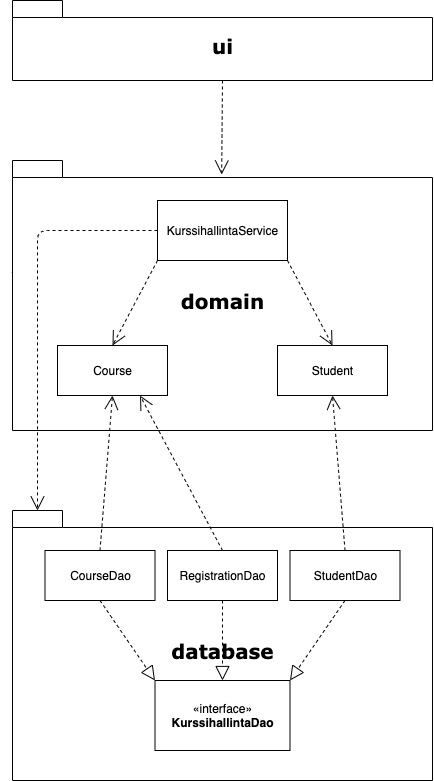
Before: dokumentointi/kuvat/pakkauskaavio.png, a diagram exported from draw.io (okkokuisma/ot-harjoitustyo). Source tidied: cells renumbered, new cells last; positions are measured from the earlier drawing's top-left corner, leaving out a move shared by most shapes. Its diagram source:
```xml
<mxGraphModel background="#ffffff">
  <root>
    <mxCell id="0" />
    <mxCell id="1" parent="0" />
    <mxCell id="2" style="edgeStyle=none;rounded=0;html=1;dashed=1;labelBackgroundColor=none;startFill=0;endArrow=open;endFill=0;endSize=10;fontFamily=Verdana;fontSize=10;entryX=-0.003;entryY=0.411;entryPerimeter=0;" parent="1" edge="1" target="5">
      <mxGeometry relative="1" as="geometry">
        <mxPoint x="189.2" y="394.5" as="sourcePoint" />
      </mxGeometry>
    </mxCell>
    <mxCell id="3" value="&lt;font style=&quot;font-size: 20px&quot;&gt;database&lt;/font&gt;" style="shape=folder;fontStyle=1;spacingTop=10;tabWidth=50;tabHeight=17;tabPosition=left;html=1;rounded=0;shadow=0;comic=0;labelBackgroundColor=none;strokeColor=#000000;strokeWidth=1;fillColor=#ffffff;fontFamily=Verdana;fontSize=10;fontColor=#000000;align=center;" parent="1" vertex="1">
      <mxGeometry y="510" width="420" height="270" as="geometry" />
    </mxCell>
    <mxCell id="4" value="&lt;font style=&quot;font-size: 20px&quot;&gt;ui&lt;/font&gt;" style="shape=folder;fontStyle=1;spacingTop=10;tabWidth=50;tabHeight=17;tabPosition=left;html=1;rounded=0;shadow=0;comic=0;labelBackgroundColor=none;strokeColor=#000000;strokeWidth=1;fillColor=#ffffff;fontFamily=Verdana;fontSize=10;fontColor=#000000;align=center;" parent="1" vertex="1">
      <mxGeometry width="420" height="80" as="geometry" />
    </mxCell>
    <mxCell id="5" value="&lt;font style=&quot;font-size: 20px&quot;&gt;domain&lt;/font&gt;" style="shape=folder;fontStyle=1;spacingTop=10;tabWidth=50;tabHeight=17;tabPosition=left;html=1;rounded=0;shadow=0;comic=0;labelBackgroundColor=none;strokeColor=#000000;strokeWidth=1;fillColor=#ffffff;fontFamily=Verdana;fontSize=10;fontColor=#000000;align=center;" parent="1" vertex="1">
      <mxGeometry y="160" width="420" height="270" as="geometry" />
    </mxCell>
    <mxCell id="6" value="Course" style="html=1;" parent="1" vertex="1">
      <mxGeometry x="45" y="345" width="110" height="50" as="geometry" />
    </mxCell>
    <mxCell id="7" value="Student" style="html=1;" parent="1" vertex="1">
      <mxGeometry x="265" y="345" width="110" height="50" as="geometry" />
    </mxCell>
    <mxCell id="8" value="KurssihallintaService" style="html=1;" parent="1" vertex="1">
      <mxGeometry x="145" y="200" width="130" height="60" as="geometry" />
    </mxCell>
    <mxCell id="9" style="endArrow=open;endSize=12;dashed=1;html=1;entryX=0.5;entryY=0;entryDx=0;entryDy=0;exitX=1;exitY=1;exitDx=0;exitDy=0;" parent="1" edge="1" source="8" target="7">
      <mxGeometry relative="1" as="geometry" />
    </mxCell>
    <mxCell id="10" style="endArrow=open;endSize=12;dashed=1;html=1;entryX=0.5;entryY=0;entryDx=0;entryDy=0;exitX=0;exitY=1;exitDx=0;exitDy=0;" parent="1" edge="1" source="8" target="6">
      <mxGeometry relative="1" as="geometry" />
    </mxCell>
    <mxCell id="11" value="«interface»&lt;br&gt;&lt;b&gt;KurssihallintaDao&lt;/b&gt;" style="html=1;" parent="1" vertex="1">
      <mxGeometry x="142.5" y="680" width="135" height="70" as="geometry" />
    </mxCell>
    <mxCell id="12" value="CourseDao" style="html=1;" parent="1" vertex="1">
      <mxGeometry x="32.5" y="550" width="110" height="50" as="geometry" />
    </mxCell>
    <mxCell id="13" value="StudentDao" style="html=1;" parent="1" vertex="1">
      <mxGeometry x="277.5" y="550" width="110" height="50" as="geometry" />
    </mxCell>
    <mxCell id="14" value="RegistrationDao" style="html=1;" parent="1" vertex="1">
      <mxGeometry x="155" y="550" width="110" height="50" as="geometry" />
    </mxCell>
    <mxCell id="15" style="endArrow=block;dashed=1;endFill=0;endSize=12;html=1;exitX=0.5;exitY=1;exitDx=0;exitDy=0;entryX=0;entryY=0;entryDx=0;entryDy=0;" parent="1" edge="1" source="12" target="11">
      <mxGeometry relative="1" as="geometry" />
    </mxCell>
    <mxCell id="16" style="endArrow=block;dashed=1;endFill=0;endSize=12;html=1;entryX=1;entryY=0;entryDx=0;entryDy=0;exitX=0.5;exitY=1;exitDx=0;exitDy=0;" parent="1" edge="1" source="13" target="11">
      <mxGeometry relative="1" as="geometry" />
    </mxCell>
    <mxCell id="17" style="endArrow=open;endSize=12;dashed=1;html=1;exitX=0;exitY=0.5;exitDx=0;exitDy=0;entryX=0;entryY=0;entryDx=25;entryDy=0;entryPerimeter=0;" parent="1" edge="1" source="8" target="3">
      <mxGeometry relative="1" as="geometry">
        <Array as="points">
          <mxPoint x="25" y="230" />
        </Array>
      </mxGeometry>
    </mxCell>
    <mxCell id="18" style="endArrow=open;endSize=12;dashed=1;html=1;exitX=0.5;exitY=1;exitDx=0;exitDy=0;exitPerimeter=0;entryX=0.498;entryY=0.052;entryDx=0;entryDy=0;entryPerimeter=0;" parent="1" edge="1" source="4" target="5">
      <mxGeometry relative="1" as="geometry" />
    </mxCell>
    <mxCell id="19" style="endArrow=block;dashed=1;endFill=0;endSize=12;html=1;exitX=0.5;exitY=1;exitDx=0;exitDy=0;entryX=0.5;entryY=0;entryDx=0;entryDy=0;" parent="1" edge="1" source="14">
      <mxGeometry relative="1" as="geometry">
        <mxPoint x="210" y="680" as="targetPoint" />
      </mxGeometry>
    </mxCell>
    <mxCell id="20" style="endArrow=open;endSize=12;dashed=1;html=1;exitX=0.5;exitY=0;exitDx=0;exitDy=0;entryX=0.5;entryY=1;entryDx=0;entryDy=0;" parent="1" edge="1" source="12" target="6">
      <mxGeometry relative="1" as="geometry" />
    </mxCell>
    <mxCell id="21" style="endArrow=open;endSize=12;dashed=1;html=1;entryX=0.5;entryY=1;entryDx=0;entryDy=0;exitX=0.5;exitY=0;exitDx=0;exitDy=0;" parent="1" edge="1" source="13" target="7">
      <mxGeometry relative="1" as="geometry" />
    </mxCell>
    <mxCell id="22" style="endArrow=open;endSize=12;dashed=1;html=1;entryX=0.75;entryY=1;entryDx=0;entryDy=0;exitX=0.5;exitY=0;exitDx=0;exitDy=0;" parent="1" edge="1" source="14" target="6">
      <mxGeometry relative="1" as="geometry" />
    </mxCell>
  </root>
</mxGraphModel>
```
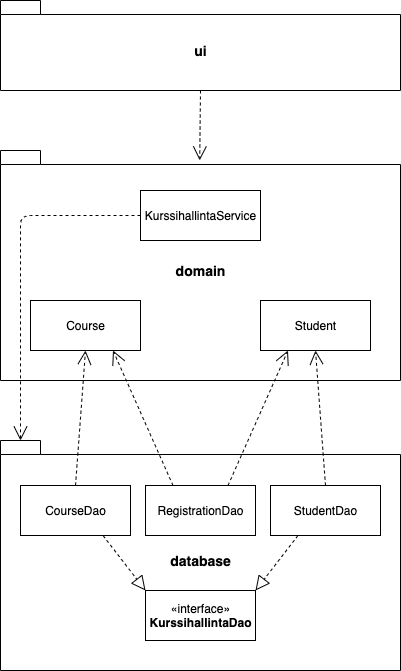
After the commit.

What changed in the source:
```diff
@@ -1,77 +1,64 @@
-<mxGraphModel background="#ffffff">
+<mxGraphModel>
   <root>
     <mxCell id="0" />
     <mxCell id="1" parent="0" />
-    <mxCell id="2" style="edgeStyle=none;rounded=0;html=1;dashed=1;labelBackgroundColor=none;startFill=0;endArrow=open;endFill=0;endSize=10;fontFamily=Verdana;fontSize=10;entryX=-0.003;entryY=0.411;entryPerimeter=0;" parent="1" edge="1" target="5">
-      <mxGeometry relative="1" as="geometry">
-        <mxPoint x="189.2" y="394.5" as="sourcePoint" />
-      </mxGeometry>
-    </mxCell>
-    <mxCell id="3" value="&lt;font style=&quot;font-size: 20px&quot;&gt;database&lt;/font&gt;" style="shape=folder;fontStyle=1;spacingTop=10;tabWidth=50;tabHeight=17;tabPosition=left;html=1;rounded=0;shadow=0;comic=0;labelBackgroundColor=none;strokeColor=#000000;strokeWidth=1;fillColor=#ffffff;fontFamily=Verdana;fontSize=10;fontColor=#000000;align=center;" parent="1" vertex="1">
-      <mxGeometry y="510" width="420" height="270" as="geometry" />
-    </mxCell>
-    <mxCell id="4" value="&lt;font style=&quot;font-size: 20px&quot;&gt;ui&lt;/font&gt;" style="shape=folder;fontStyle=1;spacingTop=10;tabWidth=50;tabHeight=17;tabPosition=left;html=1;rounded=0;shadow=0;comic=0;labelBackgroundColor=none;strokeColor=#000000;strokeWidth=1;fillColor=#ffffff;fontFamily=Verdana;fontSize=10;fontColor=#000000;align=center;" parent="1" vertex="1">
-      <mxGeometry width="420" height="80" as="geometry" />
+    <mxCell id="4" value="&lt;font style=&quot;font-size: 14px&quot;&gt;ui&lt;/font&gt;" style="shape=folder;fontStyle=1;spacingTop=10;tabWidth=40;tabHeight=14;tabPosition=left;html=1;" parent="1" vertex="1">
+      <mxGeometry x="-350" y="-100" width="400" height="90" as="geometry" />
     </mxCell>
-    <mxCell id="5" value="&lt;font style=&quot;font-size: 20px&quot;&gt;domain&lt;/font&gt;" style="shape=folder;fontStyle=1;spacingTop=10;tabWidth=50;tabHeight=17;tabPosition=left;html=1;rounded=0;shadow=0;comic=0;labelBackgroundColor=none;strokeColor=#000000;strokeWidth=1;fillColor=#ffffff;fontFamily=Verdana;fontSize=10;fontColor=#000000;align=center;" parent="1" vertex="1">
-      <mxGeometry y="160" width="420" height="270" as="geometry" />
+    <mxCell id="5" value="&lt;font style=&quot;font-size: 14px&quot;&gt;domain&lt;/font&gt;" style="shape=folder;fontStyle=1;spacingTop=10;tabWidth=40;tabHeight=14;tabPosition=left;html=1;" parent="1" vertex="1">
+      <mxGeometry x="-350" y="50" width="400" height="230" as="geometry" />
     </mxCell>
+    <mxCell id="3" value="&lt;font style=&quot;font-size: 14px&quot;&gt;database&lt;/font&gt;" style="shape=folder;fontStyle=1;spacingTop=10;tabWidth=40;tabHeight=14;tabPosition=left;html=1;" parent="1" vertex="1">
+      <mxGeometry x="-350" y="340" width="400" height="230" as="geometry" />
+    </mxCell>
+    <mxCell id="8" value="KurssihallintaService" style="html=1;" parent="1" vertex="1">
+      <mxGeometry x="-210" y="90" width="120" height="50" as="geometry" />
+    </mxCell>
     <mxCell id="6" value="Course" style="html=1;" parent="1" vertex="1">
-      <mxGeometry x="45" y="345" width="110" height="50" as="geometry" />
+      <mxGeometry x="-320" y="200" width="110" height="50" as="geometry" />
     </mxCell>
     <mxCell id="7" value="Student" style="html=1;" parent="1" vertex="1">
-      <mxGeometry x="265" y="345" width="110" height="50" as="geometry" />
+      <mxGeometry x="-90" y="200" width="110" height="50" as="geometry" />
     </mxCell>
-    <mxCell id="8" value="KurssihallintaService" style="html=1;" parent="1" vertex="1">
-      <mxGeometry x="145" y="200" width="130" height="60" as="geometry" />
-    </mxCell>
-    <mxCell id="9" style="endArrow=open;endSize=12;dashed=1;html=1;entryX=0.5;entryY=0;entryDx=0;entryDy=0;exitX=1;exitY=1;exitDx=0;exitDy=0;" parent="1" edge="1" source="8" target="7">
-      <mxGeometry relative="1" as="geometry" />
-    </mxCell>
-    <mxCell id="10" style="endArrow=open;endSize=12;dashed=1;html=1;entryX=0.5;entryY=0;entryDx=0;entryDy=0;exitX=0;exitY=1;exitDx=0;exitDy=0;" parent="1" edge="1" source="8" target="6">
-      <mxGeometry relative="1" as="geometry" />
-    </mxCell>
-    <mxCell id="11" value="«interface»&lt;br&gt;&lt;b&gt;KurssihallintaDao&lt;/b&gt;" style="html=1;" parent="1" vertex="1">
-      <mxGeometry x="142.5" y="680" width="135" height="70" as="geometry" />
-    </mxCell>
     <mxCell id="12" value="CourseDao" style="html=1;" parent="1" vertex="1">
-      <mxGeometry x="32.5" y="550" width="110" height="50" as="geometry" />
+      <mxGeometry x="-330" y="385" width="110" height="50" as="geometry" />
     </mxCell>
     <mxCell id="13" value="StudentDao" style="html=1;" parent="1" vertex="1">
-      <mxGeometry x="277.5" y="550" width="110" height="50" as="geometry" />
+      <mxGeometry x="-80" y="385" width="110" height="50" as="geometry" />
     </mxCell>
     <mxCell id="14" value="RegistrationDao" style="html=1;" parent="1" vertex="1">
-      <mxGeometry x="155" y="550" width="110" height="50" as="geometry" />
+      <mxGeometry x="-205" y="385" width="110" height="50" as="geometry" />
     </mxCell>
+    <mxCell id="11" value="«interface»&lt;br&gt;&lt;b&gt;KurssihallintaDao&lt;/b&gt;" style="html=1;" parent="1" vertex="1">
+      <mxGeometry x="-205" y="490" width="110" height="50" as="geometry" />
+    </mxCell>
+    <mxCell id="18" style="endArrow=open;endSize=12;dashed=1;html=1;exitX=0.5;exitY=1;exitDx=0;exitDy=0;exitPerimeter=0;entryX=0.498;entryY=0.043;entryDx=0;entryDy=0;entryPerimeter=0;" parent="1" edge="1" source="4" target="5">
+      <mxGeometry relative="1" as="geometry" />
+    </mxCell>
+    <mxCell id="21" style="endArrow=open;endSize=12;dashed=1;html=1;exitX=0.5;exitY=0;exitDx=0;exitDy=0;entryX=0.5;entryY=1;entryDx=0;entryDy=0;" parent="1" edge="1" source="13" target="7">
+      <mxGeometry relative="1" as="geometry" />
+    </mxCell>
+    <mxCell id="20" style="endArrow=open;endSize=12;dashed=1;html=1;exitX=0.5;exitY=0;exitDx=0;exitDy=0;entryX=0.5;entryY=1;entryDx=0;entryDy=0;" parent="1" edge="1" source="12" target="6">
+      <mxGeometry relative="1" as="geometry" />
+    </mxCell>
+    <mxCell id="22" style="endArrow=open;endSize=12;dashed=1;html=1;exitX=0.25;exitY=0;exitDx=0;exitDy=0;entryX=0.75;entryY=1;entryDx=0;entryDy=0;" parent="1" edge="1" source="14" target="6">
+      <mxGeometry relative="1" as="geometry" />
+    </mxCell>
+    <mxCell id="23" style="endArrow=open;endSize=12;dashed=1;html=1;exitX=0.75;exitY=0;exitDx=0;exitDy=0;entryX=0.25;entryY=1;entryDx=0;entryDy=0;" parent="1" edge="1" source="14" target="7">
+      <mxGeometry relative="1" as="geometry" />
+    </mxCell>
-    <mxCell id="15" style="endArrow=block;dashed=1;endFill=0;endSize=12;html=1;exitX=0.5;exitY=1;exitDx=0;exitDy=0;entryX=0;entryY=0;entryDx=0;entryDy=0;" parent="1" edge="1" source="12" target="11">
+    <mxCell id="15" style="endArrow=block;dashed=1;endFill=0;endSize=12;html=1;entryX=0;entryY=0;entryDx=0;entryDy=0;exitX=0.75;exitY=1;exitDx=0;exitDy=0;" parent="1" edge="1" source="12" target="11">
       <mxGeometry relative="1" as="geometry" />
     </mxCell>
-    <mxCell id="16" style="endArrow=block;dashed=1;endFill=0;endSize=12;html=1;entryX=1;entryY=0;entryDx=0;entryDy=0;exitX=0.5;exitY=1;exitDx=0;exitDy=0;" parent="1" edge="1" source="13" target="11">
+    <mxCell id="16" style="endArrow=block;dashed=1;endFill=0;endSize=12;html=1;entryX=1;entryY=0;entryDx=0;entryDy=0;exitX=0.25;exitY=1;exitDx=0;exitDy=0;" parent="1" edge="1" source="13" target="11">
       <mxGeometry relative="1" as="geometry" />
     </mxCell>
-    <mxCell id="17" style="endArrow=open;endSize=12;dashed=1;html=1;exitX=0;exitY=0.5;exitDx=0;exitDy=0;entryX=0;entryY=0;entryDx=25;entryDy=0;entryPerimeter=0;" parent="1" edge="1" source="8" target="3">
+    <mxCell id="17" style="endArrow=open;endSize=12;dashed=1;html=1;exitX=0;exitY=0.5;exitDx=0;exitDy=0;entryX=0;entryY=0;entryDx=20;entryDy=0;entryPerimeter=0;" parent="1" edge="1" source="8" target="3">
       <mxGeometry relative="1" as="geometry">
         <Array as="points">
-          <mxPoint x="25" y="230" />
+          <mxPoint x="-330" y="115" />
         </Array>
       </mxGeometry>
     </mxCell>
-    <mxCell id="18" style="endArrow=open;endSize=12;dashed=1;html=1;exitX=0.5;exitY=1;exitDx=0;exitDy=0;exitPerimeter=0;entryX=0.498;entryY=0.052;entryDx=0;entryDy=0;entryPerimeter=0;" parent="1" edge="1" source="4" target="5">
-      <mxGeometry relative="1" as="geometry" />
-    </mxCell>
-    <mxCell id="19" style="endArrow=block;dashed=1;endFill=0;endSize=12;html=1;exitX=0.5;exitY=1;exitDx=0;exitDy=0;entryX=0.5;entryY=0;entryDx=0;entryDy=0;" parent="1" edge="1" source="14">
-      <mxGeometry relative="1" as="geometry">
-        <mxPoint x="210" y="680" as="targetPoint" />
-      </mxGeometry>
-    </mxCell>
-    <mxCell id="20" style="endArrow=open;endSize=12;dashed=1;html=1;exitX=0.5;exitY=0;exitDx=0;exitDy=0;entryX=0.5;entryY=1;entryDx=0;entryDy=0;" parent="1" edge="1" source="12" target="6">
-      <mxGeometry relative="1" as="geometry" />
-    </mxCell>
-    <mxCell id="21" style="endArrow=open;endSize=12;dashed=1;html=1;entryX=0.5;entryY=1;entryDx=0;entryDy=0;exitX=0.5;exitY=0;exitDx=0;exitDy=0;" parent="1" edge="1" source="13" target="7">
-      <mxGeometry relative="1" as="geometry" />
-    </mxCell>
-    <mxCell id="22" style="endArrow=open;endSize=12;dashed=1;html=1;entryX=0.75;entryY=1;entryDx=0;entryDy=0;exitX=0.5;exitY=0;exitDx=0;exitDy=0;" parent="1" edge="1" source="14" target="6">
-      <mxGeometry relative="1" as="geometry" />
-    </mxCell>
   </root>
 </mxGraphModel>
```
